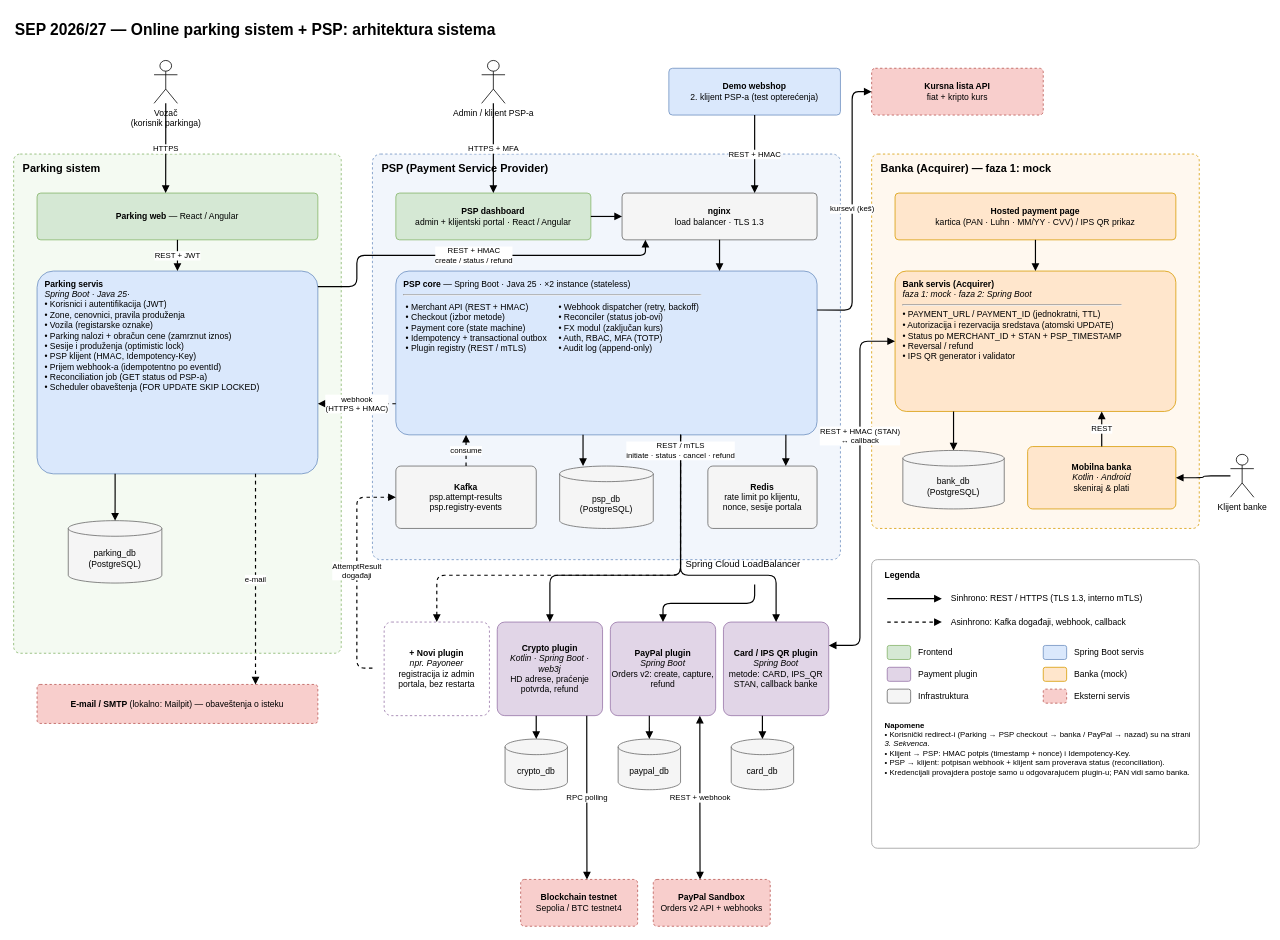
Before: page "1. Arhitektura" (1 of 4) of SEP_dizajn_sistema.drawio in simin161/SEP_projekat, a draw.io diagram. Source tidied: cells renumbered, new cells numbered last; positions are measured from the earlier drawing's top-left corner, leaving out a move shared by most shapes. Both pictures are drawn from the tidied source at 78%, with x=0, y=0 at pixel (13, 13).
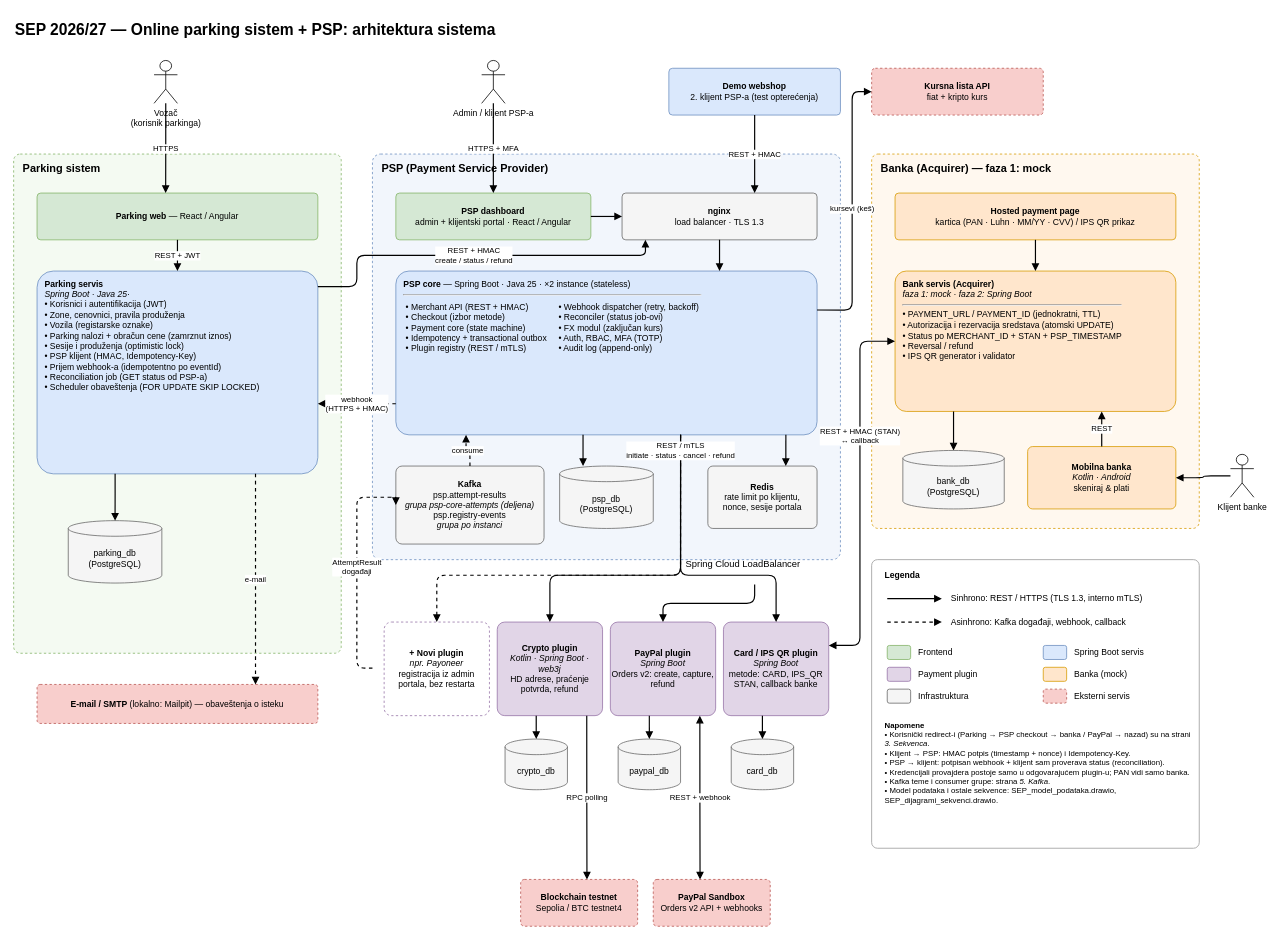
Above is the later version.

Commit message (it also covers changes not shown here):
add: data model and sequence diagram

Change to the diagram source:
```diff
@@
-    <mxCell id="17" value="&lt;b&gt;Kafka&lt;/b&gt;&lt;br&gt;psp.attempt-results&lt;br&gt;psp.registry-events" style="rounded=1;whiteSpace=wrap;html=1;arcSize=8;fontSize=11;fillColor=#f5f5f5;strokeColor=#666666;" parent="1" vertex="1">
-      <mxGeometry x="490" y="580" width="180" height="80" as="geometry" />
+    <mxCell id="17" value="&lt;b&gt;Kafka&lt;/b&gt;&lt;br&gt;psp.attempt-results&lt;br&gt;&lt;i&gt;grupa psp-core-attempts (deljena)&lt;/i&gt;&lt;br&gt;psp.registry-events&lt;br&gt;&lt;i&gt;grupa po instanci&lt;/i&gt;" style="rounded=1;whiteSpace=wrap;html=1;arcSize=8;fontSize=11;fillColor=#f5f5f5;strokeColor=#666666;" parent="1" vertex="1">
+      <mxGeometry x="490" y="580" width="190" height="100" as="geometry" />
     </mxCell>
@@
-    <mxCell id="52" value="&lt;b&gt;Napomene&lt;/b&gt;&lt;br&gt;• Korisnički redirect-i (Parking → PSP checkout → banka / PayPal → nazad) su na strani &lt;i&gt;3. Sekvenca&lt;/i&gt;.&lt;br&gt;• Klijent → PSP: HMAC potpis (timestamp + nonce) i Idempotency-Key.&lt;br&gt;• PSP → klijent: potpisan webhook + klijent sam proverava status (reconciliation).&lt;br&gt;• Kredencijali provajdera postoje samo u odgovarajućem plugin-u; PAN vidi samo banka." style="text;html=1;align=left;verticalAlign=middle;fontSize=11;whiteSpace=wrap;verticalAlign=top;fontSize=10;" parent="1" vertex="1">
+    <mxCell id="52" value="&lt;b&gt;Napomene&lt;/b&gt;&lt;br&gt;• Korisnički redirect-i (Parking → PSP checkout → banka / PayPal → nazad) su na strani &lt;i&gt;3. Sekvenca&lt;/i&gt;.&lt;br&gt;• Klijent → PSP: HMAC potpis (timestamp + nonce) i Idempotency-Key.&lt;br&gt;• PSP → klijent: potpisan webhook + klijent sam proverava status (reconciliation).&lt;br&gt;• Kredencijali provajdera postoje samo u odgovarajućem plugin-u; PAN vidi samo banka.&lt;br&gt;• Kafka teme i consumer grupe: strana &lt;i&gt;5. Kafka&lt;/i&gt;.&lt;br&gt;• Model podataka i ostale sekvence: SEP_model_podataka.drawio, SEP_dijagrami_sekvenci.drawio." style="text;html=1;align=left;verticalAlign=middle;fontSize=11;whiteSpace=wrap;verticalAlign=top;fontSize=10;" parent="1" vertex="1">
       <mxGeometry x="1115" y="900" width="395" height="160" as="geometry" />
     </mxCell>
```
